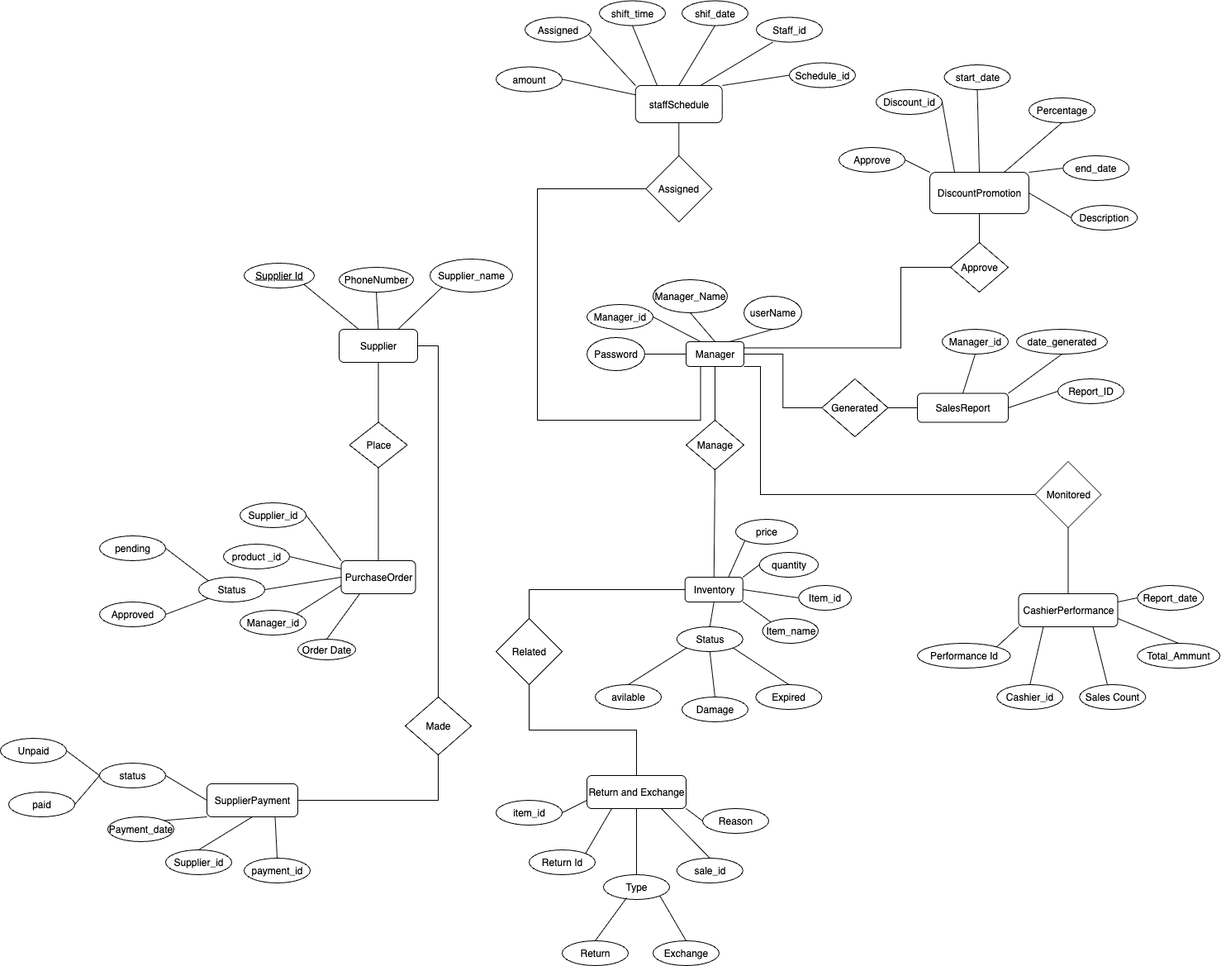
Above: Application ER .drawio.drawio.png in Application-Net-Framework/Shop-Management-System (draw.io), before the change. Source tidied: cells renumbered, new cells last; positions are measured from the earlier drawing's top-left corner, leaving out a move shared by most shapes.
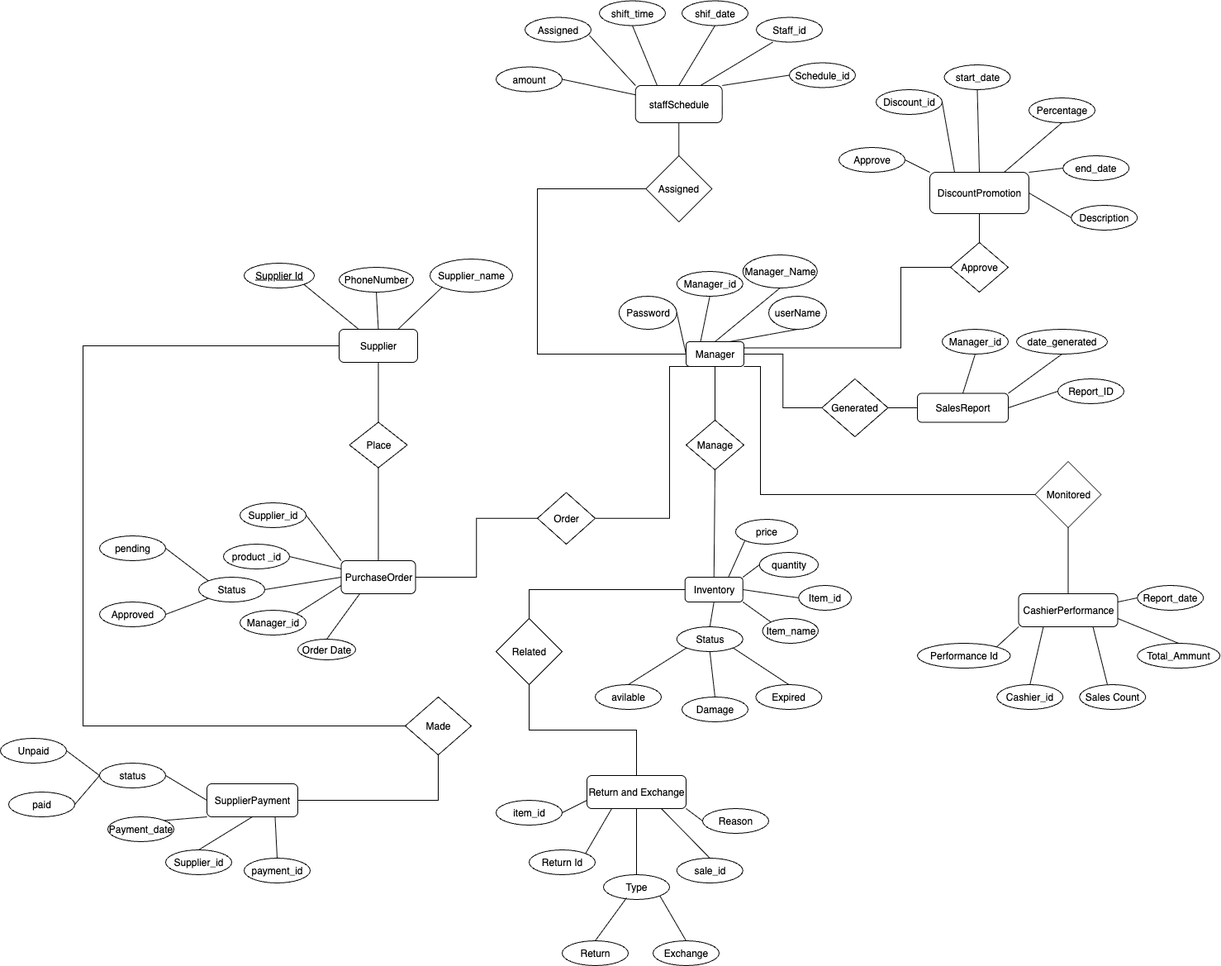
After the commit.

What changed in the source:
```diff
@@ -17,16 +17,16 @@
       <mxGeometry x="828.8" y="698" width="70" height="30" as="geometry" />
     </mxCell>
     <mxCell id="6" value="Manager_id" style="ellipse;whiteSpace=wrap;html=1;" parent="1" vertex="1">
-      <mxGeometry x="710" y="368" width="80" height="30" as="geometry" />
+      <mxGeometry x="818.8" y="328" width="80" height="30" as="geometry" />
     </mxCell>
     <mxCell id="7" value="Manager_Name" style="ellipse;whiteSpace=wrap;html=1;" parent="1" vertex="1">
-      <mxGeometry x="790" y="338" width="90" height="40" as="geometry" />
+      <mxGeometry x="898.8" y="308" width="90" height="40" as="geometry" />
     </mxCell>
     <mxCell id="8" value="userName" style="ellipse;whiteSpace=wrap;html=1;" parent="1" vertex="1">
-      <mxGeometry x="900" y="358" width="70" height="40" as="geometry" />
+      <mxGeometry x="930" y="358" width="70" height="40" as="geometry" />
     </mxCell>
     <mxCell id="9" value="Password" style="ellipse;whiteSpace=wrap;html=1;" parent="1" vertex="1">
-      <mxGeometry x="710" y="408" width="70" height="40" as="geometry" />
+      <mxGeometry x="748.8" y="358" width="70" height="40" as="geometry" />
     </mxCell>
     <mxCell id="10" value="Item_id" style="ellipse;whiteSpace=wrap;html=1;" parent="1" vertex="1">
       <mxGeometry x="966.2" y="708" width="63.8" height="30" as="geometry" />
@@ -214,7 +214,7 @@
     <mxCell id="71" style="endArrow=none;html=1;rounded=0;entryX=0.5;entryY=1;entryDx=0;entryDy=0;exitX=0.5;exitY=0;exitDx=0;exitDy=0;" parent="1" edge="1" source="3" target="7">
       <mxGeometry relative="1" as="geometry" />
     </mxCell>
-    <mxCell id="72" style="endArrow=none;html=1;rounded=0;entryX=1;entryY=0.5;entryDx=0;entryDy=0;exitX=0.25;exitY=0;exitDx=0;exitDy=0;" parent="1" edge="1" source="3" target="6">
+    <mxCell id="72" style="endArrow=none;html=1;rounded=0;entryX=0.5;entryY=1;entryDx=0;entryDy=0;exitX=0.25;exitY=0;exitDx=0;exitDy=0;" parent="1" edge="1" source="3" target="6">
       <mxGeometry relative="1" as="geometry" />
     </mxCell>
     <mxCell id="73" style="endArrow=none;html=1;rounded=0;entryX=1;entryY=0.5;entryDx=0;entryDy=0;exitX=0;exitY=0.5;exitDx=0;exitDy=0;" parent="1" edge="1" source="3" target="9">
@@ -402,14 +402,6 @@
     <mxCell id="130" style="endArrow=none;html=1;rounded=0;entryX=0.5;entryY=1;entryDx=0;entryDy=0;exitX=1;exitY=0.5;exitDx=0;exitDy=0;edgeStyle=orthogonalEdgeStyle;" parent="1" edge="1" source="61" target="129">
       <mxGeometry relative="1" as="geometry" />
     </mxCell>
-    <mxCell id="131" style="endArrow=none;html=1;rounded=0;entryX=0.5;entryY=0;entryDx=0;entryDy=0;exitX=1;exitY=0.5;exitDx=0;exitDy=0;edgeStyle=orthogonalEdgeStyle;" parent="1" edge="1" source="26" target="129">
-      <mxGeometry relative="1" as="geometry">
-        <Array as="points">
-          <mxPoint x="530" y="418" />
-          <mxPoint x="530" y="838" />
-        </Array>
-      </mxGeometry>
-    </mxCell>
     <mxCell id="132" style="endArrow=none;html=1;rounded=0;entryX=0.75;entryY=1;entryDx=0;entryDy=0;exitX=0.5;exitY=0;exitDx=0;exitDy=0;" parent="1" edge="1" source="63" target="61">
       <mxGeometry relative="1" as="geometry" />
     </mxCell>
@@ -452,14 +444,35 @@
     <mxCell id="145" style="endArrow=none;html=1;rounded=0;entryX=0.5;entryY=1;entryDx=0;entryDy=0;exitX=0.5;exitY=0;exitDx=0;exitDy=0;edgeStyle=orthogonalEdgeStyle;" parent="1" edge="1" source="138" target="55">
       <mxGeometry relative="1" as="geometry" />
     </mxCell>
-    <mxCell id="146" style="endArrow=none;html=1;rounded=0;entryX=0;entryY=0.5;entryDx=0;entryDy=0;exitX=0.25;exitY=1;exitDx=0;exitDy=0;edgeStyle=orthogonalEdgeStyle;" parent="1" edge="1" source="3" target="138">
+    <mxCell id="146" style="endArrow=none;html=1;rounded=0;entryX=0;entryY=0.5;entryDx=0;entryDy=0;edgeStyle=orthogonalEdgeStyle;exitX=0;exitY=0.5;exitDx=0;exitDy=0;" parent="1" edge="1" source="3" target="138">
       <mxGeometry relative="1" as="geometry">
         <Array as="points">
-          <mxPoint x="848" y="508" />
-          <mxPoint x="650" y="508" />
+          <mxPoint x="650" y="428" />
           <mxPoint x="650" y="228" />
         </Array>
       </mxGeometry>
     </mxCell>
+    <mxCell id="147" value="Order" style="rhombus;whiteSpace=wrap;html=1;" parent="1" vertex="1">
+      <mxGeometry x="650" y="595.5" width="70" height="62.5" as="geometry" />
+    </mxCell>
+    <mxCell id="148" style="endArrow=none;html=1;rounded=0;entryX=0.143;entryY=1;entryDx=0;entryDy=0;entryPerimeter=0;exitX=1;exitY=0.5;exitDx=0;exitDy=0;edgeStyle=orthogonalEdgeStyle;" parent="1" edge="1" source="147" target="3">
+      <mxGeometry relative="1" as="geometry">
+        <Array as="points">
+          <mxPoint x="810" y="627" />
+          <mxPoint x="810" y="443" />
+        </Array>
+      </mxGeometry>
+    </mxCell>
+    <mxCell id="149" style="endArrow=none;html=1;rounded=0;entryX=0;entryY=0.5;entryDx=0;entryDy=0;exitX=1;exitY=0.5;exitDx=0;exitDy=0;edgeStyle=orthogonalEdgeStyle;" parent="1" edge="1" source="18" target="147">
+      <mxGeometry relative="1" as="geometry" />
+    </mxCell>
+    <mxCell id="131" style="endArrow=none;html=1;rounded=0;entryX=0;entryY=0.5;entryDx=0;entryDy=0;exitX=0;exitY=0.5;exitDx=0;exitDy=0;edgeStyle=orthogonalEdgeStyle;" parent="1" edge="1" source="26" target="129">
+      <mxGeometry relative="1" as="geometry">
+        <Array as="points">
+          <mxPoint x="100" y="418" />
+          <mxPoint x="100" y="878" />
+        </Array>
+      </mxGeometry>
+    </mxCell>
   </root>
 </mxGraphModel>
```
